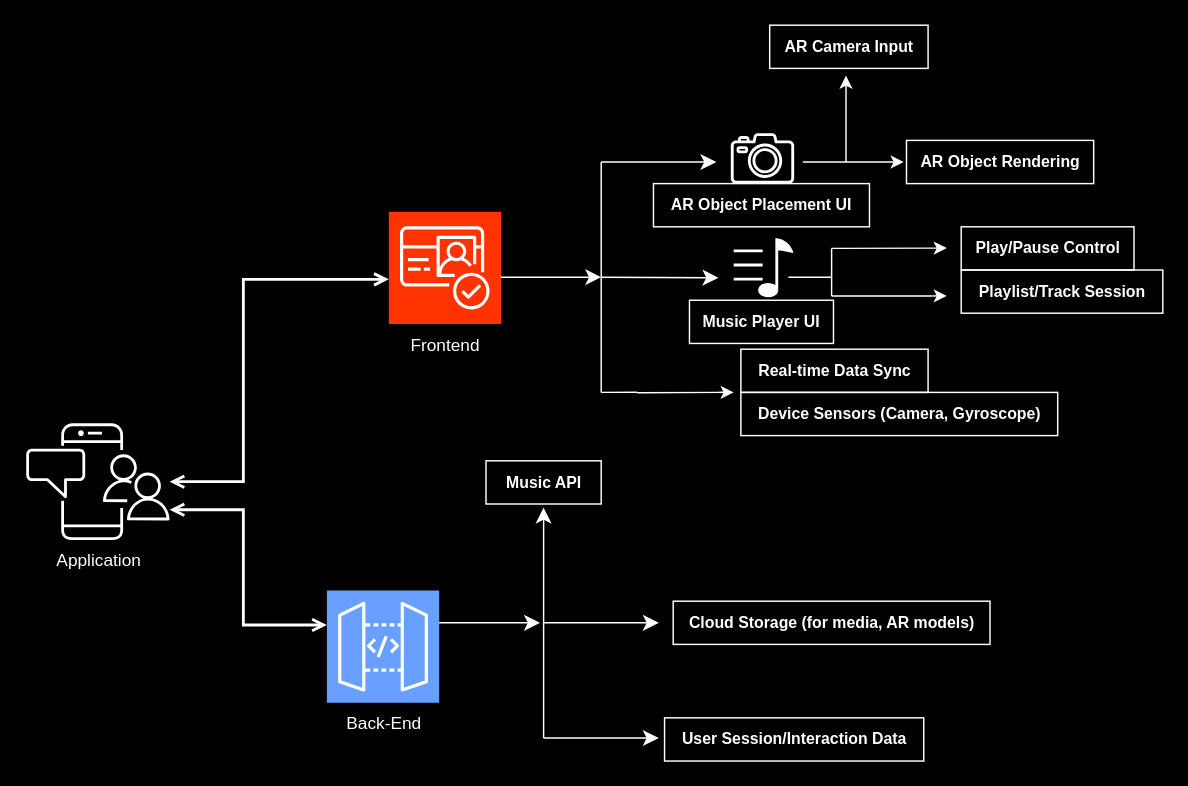
This is Untitled Diagram.drawio from jebin232/Flutter_translation_app-Python_Api-, a draw.io file, before an edit. Source tidied: cells renumbered, new cells numbered last; positions are measured from the earlier drawing's top-left corner, leaving out a move shared by most shapes. Both pictures are drawn from the tidied source at 144%, with x=0, y=0 at pixel (24, 24).
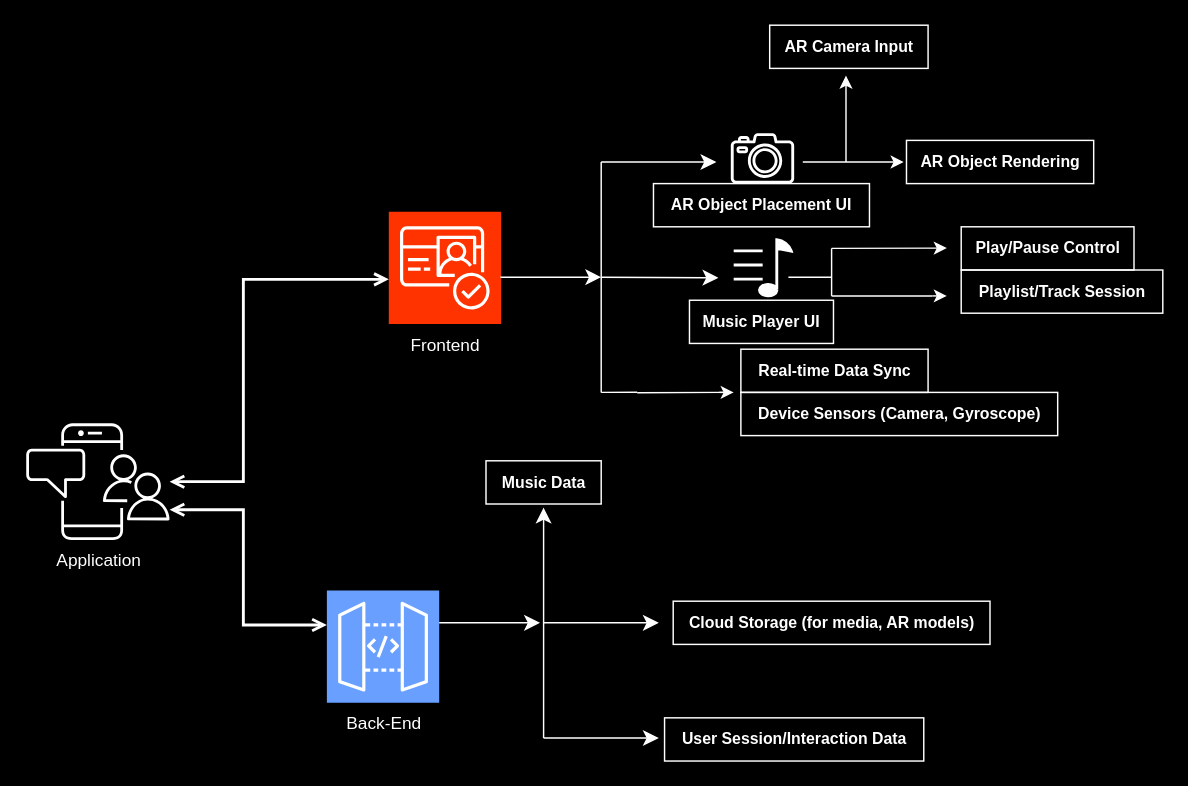
The same page after the edit.

Diff of the diagram source:
```diff
@@
-    <mxCell id="20" value="&lt;b&gt;&lt;font&gt;Music API&lt;/font&gt;&lt;/b&gt;" style="text;html=1;align=center;verticalAlign=middle;fontSize=11;labelBackgroundColor=none;strokeColor=#FFFFFF;fontColor=#FFFFFF;labelBorderColor=none;" parent="1" vertex="1">
+    <mxCell id="20" value="&lt;b&gt;&lt;font&gt;Music Data&lt;/font&gt;&lt;/b&gt;" style="text;html=1;align=center;verticalAlign=middle;fontSize=11;labelBackgroundColor=none;strokeColor=#FFFFFF;fontColor=#FFFFFF;labelBorderColor=none;" parent="1" vertex="1">
       <mxGeometry x="320" y="302.5" width="80" height="30" as="geometry" />
     </mxCell>
```
